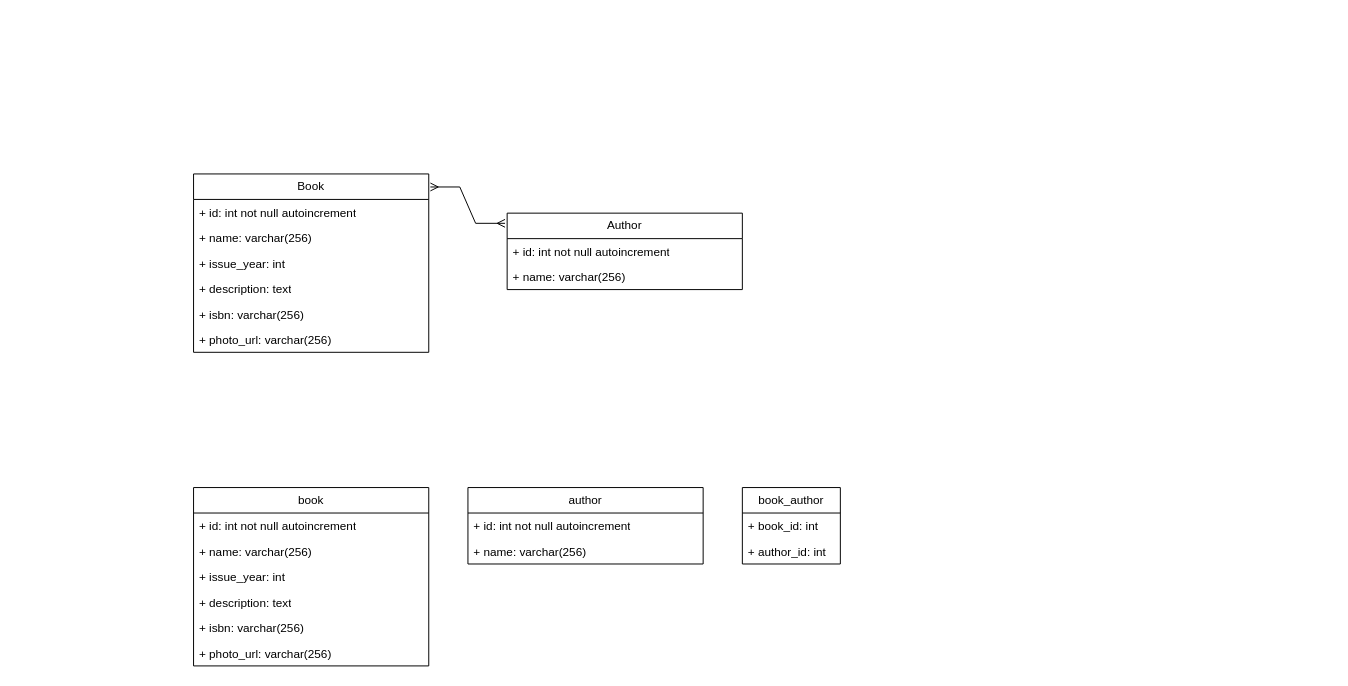
ivan-zavadsky/Yii2-books-catalogue keeps this draw.io diagram as page "Страница — 1" (1 of 2) of Classes.drawio. Above is the earlier version. Source tidied: cells renumbered, new cells numbered last; positions are measured from the earlier drawing's top-left corner, leaving out a move shared by most shapes. Both pictures are drawn from the tidied source at 98%, with x=0, y=0 at pixel (193, 173).
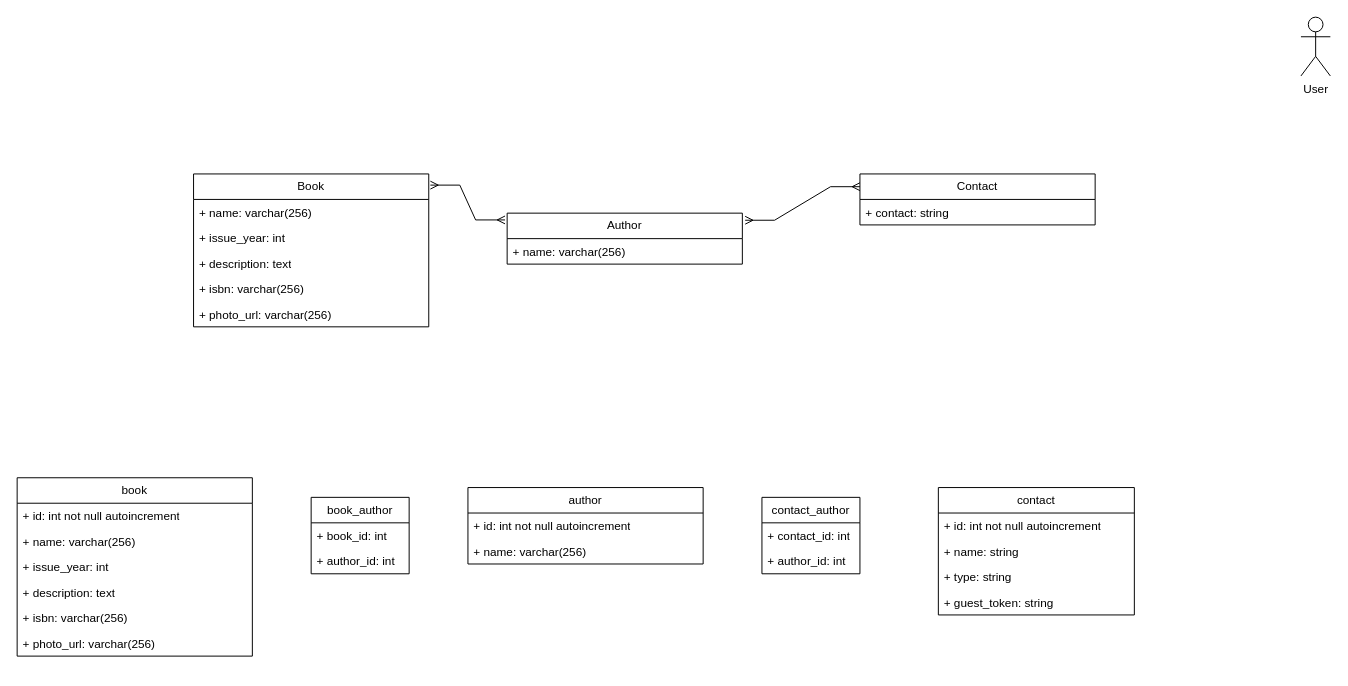
The same diagram, later.

The edit, as a diff of the source:
```diff
@@
     <mxCell id="2" value="Book" style="swimlane;fontStyle=0;horizontal=1;startSize=26;fillColor=none;whiteSpace=wrap;html=1;" parent="1" vertex="1">
-      <mxGeometry width="240" height="182" as="geometry" />
+      <mxGeometry width="240" height="156" as="geometry" />
     </mxCell>
-    <mxCell id="3" value="+ id: int not null autoincrement" style="text;strokeColor=none;fillColor=none;align=left;verticalAlign=top;spacingLeft=4;spacingRight=4;overflow=hidden;whiteSpace=wrap;html=1;" parent="2" vertex="1">
-      <mxGeometry y="26" width="240" height="26" as="geometry" />
-    </mxCell>
     <mxCell id="4" value="+ name: varchar(256)" style="text;strokeColor=none;fillColor=none;align=left;verticalAlign=top;spacingLeft=4;spacingRight=4;overflow=hidden;whiteSpace=wrap;html=1;" parent="2" vertex="1">
-      <mxGeometry y="52" width="240" height="26" as="geometry" />
+      <mxGeometry y="26" width="240" height="26" as="geometry" />
     </mxCell>
     <mxCell id="5" value="+ issue_year: int" style="text;strokeColor=none;fillColor=none;align=left;verticalAlign=top;spacingLeft=4;spacingRight=4;overflow=hidden;whiteSpace=wrap;html=1;" parent="2" vertex="1">
-      <mxGeometry y="78" width="240" height="26" as="geometry" />
+      <mxGeometry y="52" width="240" height="26" as="geometry" />
     </mxCell>
     <mxCell id="6" value="+ description: text" style="text;strokeColor=none;fillColor=none;align=left;verticalAlign=top;spacingLeft=4;spacingRight=4;overflow=hidden;whiteSpace=wrap;html=1;" parent="2" vertex="1">
-      <mxGeometry y="104" width="240" height="26" as="geometry" />
+      <mxGeometry y="78" width="240" height="26" as="geometry" />
     </mxCell>
     <mxCell id="7" value="+ isbn: varchar(256)" style="text;strokeColor=none;fillColor=none;align=left;verticalAlign=top;spacingLeft=4;spacingRight=4;overflow=hidden;whiteSpace=wrap;html=1;" parent="2" vertex="1">
-      <mxGeometry y="130" width="240" height="26" as="geometry" />
+      <mxGeometry y="104" width="240" height="26" as="geometry" />
     </mxCell>
     <mxCell id="8" value="+ photo_url: varchar(256)" style="text;strokeColor=none;fillColor=none;align=left;verticalAlign=top;spacingLeft=4;spacingRight=4;overflow=hidden;whiteSpace=wrap;html=1;" parent="2" vertex="1">
-      <mxGeometry y="156" width="240" height="26" as="geometry" />
+      <mxGeometry y="130" width="240" height="26" as="geometry" />
     </mxCell>
     <mxCell id="9" value="Author" style="swimlane;fontStyle=0;horizontal=1;startSize=26;fillColor=none;whiteSpace=wrap;html=1;" parent="1" vertex="1">
-      <mxGeometry x="320" y="40" width="240" height="78" as="geometry" />
+      <mxGeometry x="320" y="40" width="240" height="52" as="geometry" />
     </mxCell>
-    <mxCell id="10" value="+ id: int not null autoincrement" style="text;strokeColor=none;fillColor=none;align=left;verticalAlign=top;spacingLeft=4;spacingRight=4;overflow=hidden;whiteSpace=wrap;html=1;" parent="9" vertex="1">
-      <mxGeometry y="26" width="240" height="26" as="geometry" />
-    </mxCell>
     <mxCell id="11" value="+ name: varchar(256)" style="text;strokeColor=none;fillColor=none;align=left;verticalAlign=top;spacingLeft=4;spacingRight=4;overflow=hidden;whiteSpace=wrap;html=1;" parent="9" vertex="1">
-      <mxGeometry y="52" width="240" height="26" as="geometry" />
+      <mxGeometry y="26" width="240" height="26" as="geometry" />
     </mxCell>
@@
     <mxCell id="13" value="book" style="swimlane;fontStyle=0;horizontal=1;startSize=26;fillColor=none;whiteSpace=wrap;html=1;" parent="1" vertex="1">
-      <mxGeometry y="320" width="240" height="182" as="geometry" />
+      <mxGeometry x="-180" y="310" width="240" height="182" as="geometry" />
     </mxCell>
@@
     <mxCell id="23" value="book_author" style="swimlane;fontStyle=0;horizontal=1;startSize=26;fillColor=none;whiteSpace=wrap;html=1;" parent="1" vertex="1">
-      <mxGeometry x="560" y="320" width="100" height="78" as="geometry" />
+      <mxGeometry x="120" y="330" width="100" height="78" as="geometry" />
     </mxCell>
@@
+    <mxCell id="26" value="User" style="shape=umlActor;verticalLabelPosition=bottom;verticalAlign=top;html=1;" parent="1" vertex="1">
+      <mxGeometry x="1130" y="-160" width="30" height="60" as="geometry" />
+    </mxCell>
+    <mxCell id="27" style="edgeStyle=entityRelationEdgeStyle;fontSize=12;html=1;endArrow=ERmany;startArrow=ERmany;rounded=0;exitX=1.012;exitY=0.139;exitDx=0;exitDy=0;exitPerimeter=0;entryX=0;entryY=0.25;entryDx=0;entryDy=0;" parent="1" edge="1" source="9" target="28">
+      <mxGeometry relative="1" as="geometry" />
+    </mxCell>
+    <mxCell id="28" value="Contact" style="swimlane;fontStyle=0;horizontal=1;startSize=26;fillColor=none;whiteSpace=wrap;html=1;" parent="1" vertex="1">
+      <mxGeometry x="680" width="240" height="52" as="geometry" />
+    </mxCell>
+    <mxCell id="29" value="+ contact: string" style="text;strokeColor=none;fillColor=none;align=left;verticalAlign=top;spacingLeft=4;spacingRight=4;overflow=hidden;whiteSpace=wrap;html=1;" parent="28" vertex="1">
+      <mxGeometry y="26" width="240" height="26" as="geometry" />
+    </mxCell>
+    <mxCell id="30" value="contact" style="swimlane;fontStyle=0;horizontal=1;startSize=26;fillColor=none;whiteSpace=wrap;html=1;" parent="1" vertex="1">
+      <mxGeometry x="760" y="320" width="200" height="130" as="geometry" />
+    </mxCell>
+    <mxCell id="31" value="+ id: int not null autoincrement" style="text;strokeColor=none;fillColor=none;align=left;verticalAlign=top;spacingLeft=4;spacingRight=4;overflow=hidden;whiteSpace=wrap;html=1;" parent="30" vertex="1">
+      <mxGeometry y="26" width="200" height="26" as="geometry" />
+    </mxCell>
+    <mxCell id="32" value="+ name: string" style="text;strokeColor=none;fillColor=none;align=left;verticalAlign=top;spacingLeft=4;spacingRight=4;overflow=hidden;whiteSpace=wrap;html=1;" parent="30" vertex="1">
+      <mxGeometry y="52" width="200" height="26" as="geometry" />
+    </mxCell>
+    <mxCell id="33" value="+ type: string" style="text;strokeColor=none;fillColor=none;align=left;verticalAlign=top;spacingLeft=4;spacingRight=4;overflow=hidden;whiteSpace=wrap;html=1;" parent="30" vertex="1">
+      <mxGeometry y="78" width="200" height="26" as="geometry" />
+    </mxCell>
+    <mxCell id="34" value="+ guest_token: string" style="text;strokeColor=none;fillColor=none;align=left;verticalAlign=top;spacingLeft=4;spacingRight=4;overflow=hidden;whiteSpace=wrap;html=1;" parent="30" vertex="1">
+      <mxGeometry y="104" width="200" height="26" as="geometry" />
+    </mxCell>
+    <mxCell id="35" value="contact_author" style="swimlane;fontStyle=0;horizontal=1;startSize=26;fillColor=none;whiteSpace=wrap;html=1;" parent="1" vertex="1">
+      <mxGeometry x="580" y="330" width="100" height="78" as="geometry" />
+    </mxCell>
+    <mxCell id="36" value="+ contact_id: int" style="text;strokeColor=none;fillColor=none;align=left;verticalAlign=top;spacingLeft=4;spacingRight=4;overflow=hidden;whiteSpace=wrap;html=1;" parent="35" vertex="1">
+      <mxGeometry y="26" width="100" height="26" as="geometry" />
+    </mxCell>
+    <mxCell id="37" value="+ author_id: int" style="text;strokeColor=none;fillColor=none;align=left;verticalAlign=top;spacingLeft=4;spacingRight=4;overflow=hidden;whiteSpace=wrap;html=1;" parent="35" vertex="1">
+      <mxGeometry y="52" width="100" height="26" as="geometry" />
+    </mxCell>
```
